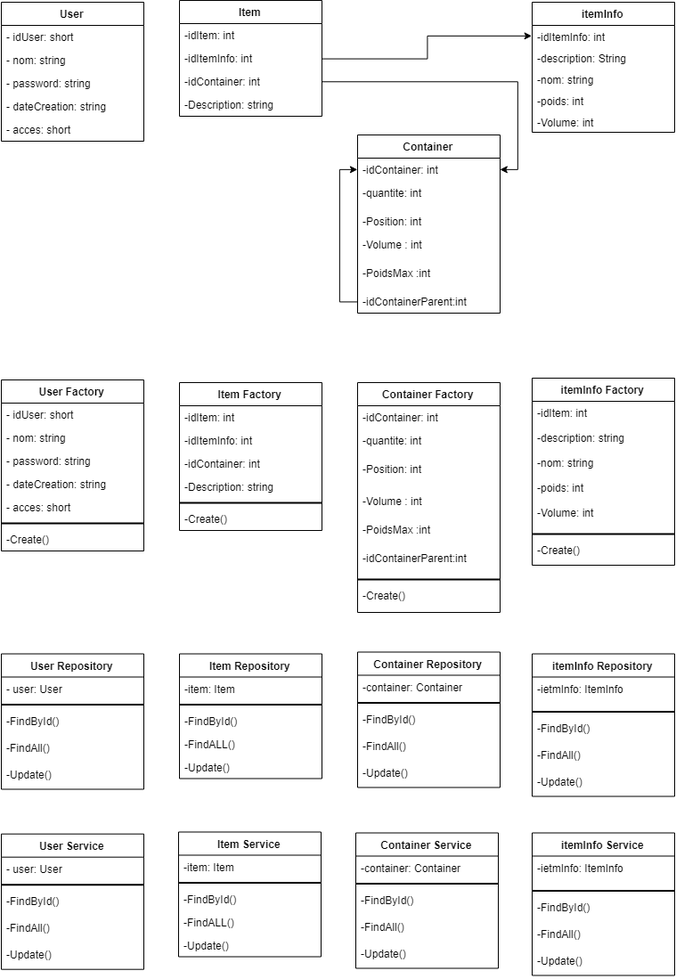
The draw.io diagram Document/Diagramme de classes.png in tritri301/BrainStorm, before a commit. Source tidied: cells renumbered, new cells last; positions are measured from the earlier drawing's top-left corner, leaving out a move shared by most shapes.
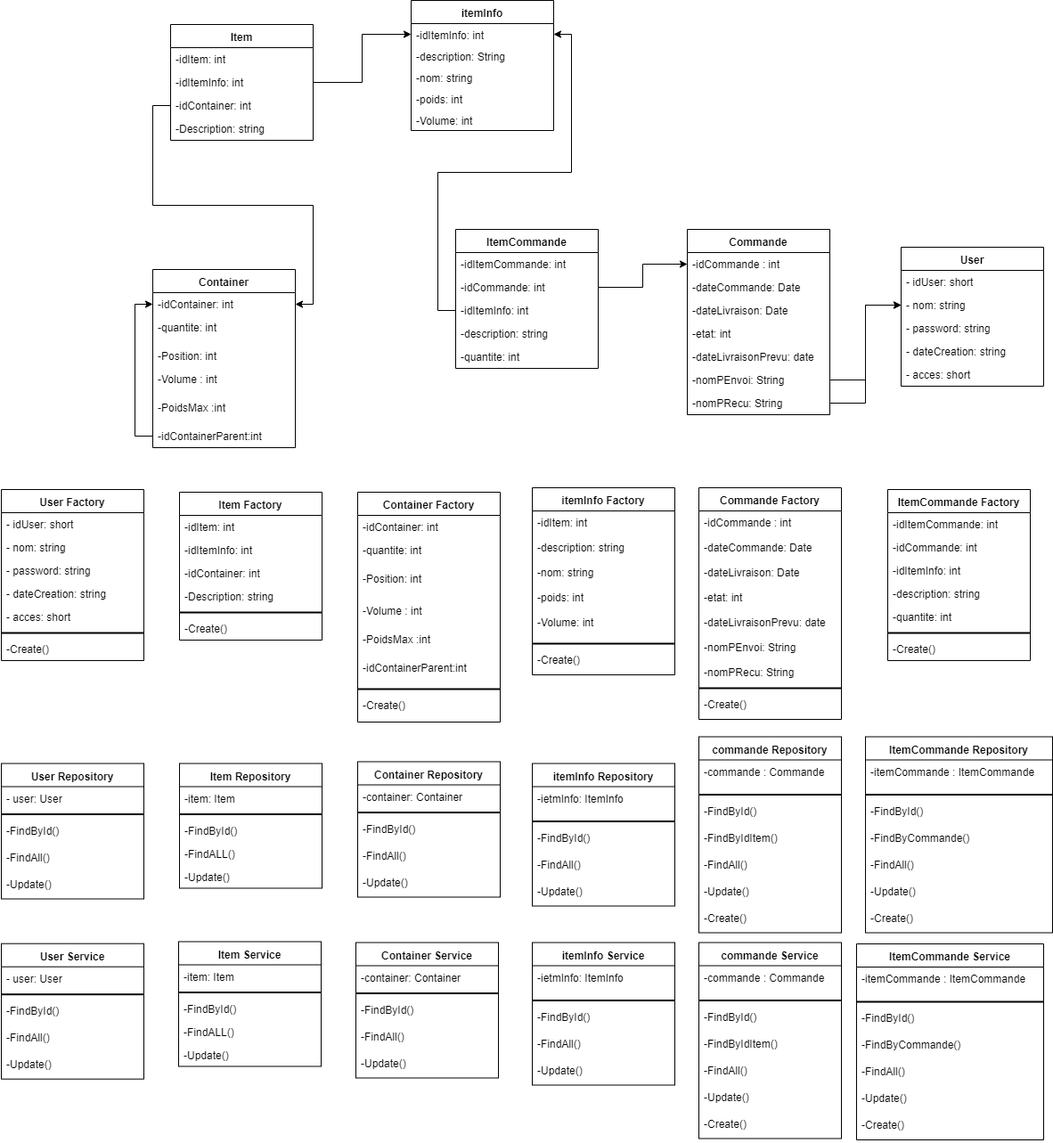
After the change.

Commit message:
Ajout de Document sur le module Commande

The edit, as a diff of the source:
```diff
@@ -3,7 +3,7 @@
     <mxCell id="0" />
     <mxCell id="1" parent="0" />
     <mxCell id="2" value="User&#10;" style="swimlane;fontStyle=1;align=center;verticalAlign=top;horizontal=1;startSize=26;" parent="1" vertex="1">
-      <mxGeometry y="2" width="160" height="156" as="geometry" />
+      <mxGeometry x="1010" y="154" width="160" height="156" as="geometry" />
     </mxCell>
     <mxCell id="3" value="- idUser: short&#10;" style="text;strokeColor=none;fillColor=none;align=left;verticalAlign=top;spacingLeft=4;spacingRight=4;overflow=hidden;" parent="2" vertex="1">
       <mxGeometry y="26" width="160" height="26" as="geometry" />
@@ -21,7 +21,7 @@
       <mxGeometry y="130" width="160" height="26" as="geometry" />
     </mxCell>
     <mxCell id="8" value="Item" style="swimlane;fontStyle=1;align=center;verticalAlign=top;horizontal=1;startSize=26;" parent="1" vertex="1">
-      <mxGeometry x="200" width="160" height="130" as="geometry" />
+      <mxGeometry x="190" y="-96" width="160" height="130" as="geometry" />
     </mxCell>
     <mxCell id="9" value="-idItem: int" style="text;strokeColor=none;fillColor=none;align=left;verticalAlign=top;spacingLeft=4;spacingRight=4;overflow=hidden;" parent="8" vertex="1">
       <mxGeometry y="26" width="160" height="26" as="geometry" />
@@ -36,7 +36,7 @@
       <mxGeometry y="104" width="160" height="26" as="geometry" />
     </mxCell>
     <mxCell id="13" value="Container" style="swimlane;fontStyle=1;align=center;verticalAlign=top;horizontal=1;startSize=26;" parent="1" vertex="1">
-      <mxGeometry x="400" y="151" width="160" height="200" as="geometry" />
+      <mxGeometry x="170" y="179" width="160" height="200" as="geometry" />
     </mxCell>
     <mxCell id="14" value="-idContainer: int" style="text;strokeColor=none;fillColor=none;align=left;verticalAlign=top;spacingLeft=4;spacingRight=4;overflow=hidden;points=[[0,0.5],[1,0.5]];portConstraint=eastwest;" parent="13" vertex="1">
       <mxGeometry y="26" width="160" height="26" as="geometry" />
@@ -60,7 +60,7 @@
       <mxGeometry y="174" width="160" height="26" as="geometry" />
     </mxCell>
     <mxCell id="21" value="itemInfo" style="swimlane;fontStyle=1;align=center;verticalAlign=top;horizontal=1;startSize=26;" parent="1" vertex="1">
-      <mxGeometry x="596" y="2" width="160" height="146" as="geometry" />
+      <mxGeometry x="460" y="-123" width="160" height="146" as="geometry" />
     </mxCell>
     <mxCell id="22" value="-idItemInfo: int&#10;" style="text;strokeColor=none;fillColor=none;align=left;verticalAlign=top;spacingLeft=4;spacingRight=4;overflow=hidden;points=[[0,0.5],[1,0.5]];portConstraint=eastwest;" parent="21" vertex="1">
       <mxGeometry y="26" width="160" height="24" as="geometry" />
@@ -311,5 +311,191 @@
     <mxCell id="104" style="edgeStyle=orthogonalEdgeStyle;rounded=0;jettySize=auto;html=1;entryX=1;entryY=0.5;entryDx=0;entryDy=0;" parent="1" edge="1" source="11" target="14">
       <mxGeometry relative="1" as="geometry" />
     </mxCell>
+    <mxCell id="105" value="commande Service" style="swimlane;fontStyle=1;align=center;verticalAlign=top;horizontal=1;startSize=26;" parent="1" vertex="1">
+      <mxGeometry x="783" y="934.5" width="160" height="220" as="geometry" />
+    </mxCell>
+    <mxCell id="106" value="-commande : Commande" style="text;strokeColor=none;fillColor=none;align=left;verticalAlign=top;spacingLeft=4;spacingRight=4;overflow=hidden;" parent="105" vertex="1">
+      <mxGeometry y="26" width="160" height="34" as="geometry" />
+    </mxCell>
+    <mxCell id="107" style="line;strokeWidth=2;html=1;" parent="105" vertex="1">
+      <mxGeometry y="60" width="160" height="10" as="geometry" />
+    </mxCell>
+    <mxCell id="108" value="-FindById()" style="text;strokeColor=none;fillColor=none;align=left;verticalAlign=top;spacingLeft=4;spacingRight=4;overflow=hidden;" parent="105" vertex="1">
+      <mxGeometry y="70" width="160" height="30" as="geometry" />
+    </mxCell>
+    <mxCell id="109" value="-FindByIdItem()" style="text;strokeColor=none;fillColor=none;align=left;verticalAlign=top;spacingLeft=4;spacingRight=4;overflow=hidden;" parent="105" vertex="1">
+      <mxGeometry y="100" width="160" height="30" as="geometry" />
+    </mxCell>
+    <mxCell id="110" value="-FindAll()" style="text;strokeColor=none;fillColor=none;align=left;verticalAlign=top;spacingLeft=4;spacingRight=4;overflow=hidden;" parent="105" vertex="1">
+      <mxGeometry y="130" width="160" height="30" as="geometry" />
+    </mxCell>
+    <mxCell id="111" value="-Update()" style="text;strokeColor=none;fillColor=none;align=left;verticalAlign=top;spacingLeft=4;spacingRight=4;overflow=hidden;" parent="105" vertex="1">
+      <mxGeometry y="160" width="160" height="30" as="geometry" />
+    </mxCell>
+    <mxCell id="112" value="-Create()" style="text;strokeColor=none;fillColor=none;align=left;verticalAlign=top;spacingLeft=4;spacingRight=4;overflow=hidden;" parent="105" vertex="1">
+      <mxGeometry y="190" width="160" height="30" as="geometry" />
+    </mxCell>
+    <mxCell id="113" value="ItemCommande Service" style="swimlane;fontStyle=1;align=center;verticalAlign=top;horizontal=1;startSize=26;" parent="1" vertex="1">
+      <mxGeometry x="960" y="936" width="210" height="220" as="geometry" />
+    </mxCell>
+    <mxCell id="114" value="-itemCommande : ItemCommande" style="text;strokeColor=none;fillColor=none;align=left;verticalAlign=top;spacingLeft=4;spacingRight=4;overflow=hidden;" parent="113" vertex="1">
+      <mxGeometry y="26" width="210" height="34" as="geometry" />
+    </mxCell>
+    <mxCell id="115" style="line;strokeWidth=2;html=1;" parent="113" vertex="1">
+      <mxGeometry y="60" width="210" height="10" as="geometry" />
+    </mxCell>
+    <mxCell id="116" value="-FindById()" style="text;strokeColor=none;fillColor=none;align=left;verticalAlign=top;spacingLeft=4;spacingRight=4;overflow=hidden;" parent="113" vertex="1">
+      <mxGeometry y="70" width="210" height="30" as="geometry" />
+    </mxCell>
+    <mxCell id="117" value="-FindByCommande()" style="text;strokeColor=none;fillColor=none;align=left;verticalAlign=top;spacingLeft=4;spacingRight=4;overflow=hidden;" parent="113" vertex="1">
+      <mxGeometry y="100" width="210" height="30" as="geometry" />
+    </mxCell>
+    <mxCell id="118" value="-FindAll()" style="text;strokeColor=none;fillColor=none;align=left;verticalAlign=top;spacingLeft=4;spacingRight=4;overflow=hidden;" parent="113" vertex="1">
+      <mxGeometry y="130" width="210" height="30" as="geometry" />
+    </mxCell>
+    <mxCell id="119" value="-Update()" style="text;strokeColor=none;fillColor=none;align=left;verticalAlign=top;spacingLeft=4;spacingRight=4;overflow=hidden;" parent="113" vertex="1">
+      <mxGeometry y="160" width="210" height="30" as="geometry" />
+    </mxCell>
+    <mxCell id="120" value="-Create()" style="text;strokeColor=none;fillColor=none;align=left;verticalAlign=top;spacingLeft=4;spacingRight=4;overflow=hidden;" parent="113" vertex="1">
+      <mxGeometry y="190" width="210" height="30" as="geometry" />
+    </mxCell>
+    <mxCell id="121" value="commande Repository" style="swimlane;fontStyle=1;align=center;verticalAlign=top;horizontal=1;startSize=26;" parent="1" vertex="1">
+      <mxGeometry x="783" y="703.5" width="160" height="220" as="geometry" />
+    </mxCell>
+    <mxCell id="122" value="-commande : Commande" style="text;strokeColor=none;fillColor=none;align=left;verticalAlign=top;spacingLeft=4;spacingRight=4;overflow=hidden;" parent="121" vertex="1">
+      <mxGeometry y="26" width="160" height="34" as="geometry" />
+    </mxCell>
+    <mxCell id="123" style="line;strokeWidth=2;html=1;" parent="121" vertex="1">
+      <mxGeometry y="60" width="160" height="10" as="geometry" />
+    </mxCell>
+    <mxCell id="124" value="-FindById()" style="text;strokeColor=none;fillColor=none;align=left;verticalAlign=top;spacingLeft=4;spacingRight=4;overflow=hidden;" parent="121" vertex="1">
+      <mxGeometry y="70" width="160" height="30" as="geometry" />
+    </mxCell>
+    <mxCell id="125" value="-FindByIdItem()" style="text;strokeColor=none;fillColor=none;align=left;verticalAlign=top;spacingLeft=4;spacingRight=4;overflow=hidden;" parent="121" vertex="1">
+      <mxGeometry y="100" width="160" height="30" as="geometry" />
+    </mxCell>
+    <mxCell id="126" value="-FindAll()" style="text;strokeColor=none;fillColor=none;align=left;verticalAlign=top;spacingLeft=4;spacingRight=4;overflow=hidden;" parent="121" vertex="1">
+      <mxGeometry y="130" width="160" height="30" as="geometry" />
+    </mxCell>
+    <mxCell id="127" value="-Update()" style="text;strokeColor=none;fillColor=none;align=left;verticalAlign=top;spacingLeft=4;spacingRight=4;overflow=hidden;" parent="121" vertex="1">
+      <mxGeometry y="160" width="160" height="30" as="geometry" />
+    </mxCell>
+    <mxCell id="128" value="-Create()" style="text;strokeColor=none;fillColor=none;align=left;verticalAlign=top;spacingLeft=4;spacingRight=4;overflow=hidden;" parent="121" vertex="1">
+      <mxGeometry y="190" width="160" height="30" as="geometry" />
+    </mxCell>
+    <mxCell id="129" value="ItemCommande Repository" style="swimlane;fontStyle=1;align=center;verticalAlign=top;horizontal=1;startSize=26;" parent="1" vertex="1">
+      <mxGeometry x="970" y="703.5" width="210" height="220" as="geometry" />
+    </mxCell>
+    <mxCell id="130" value="-itemCommande : ItemCommande" style="text;strokeColor=none;fillColor=none;align=left;verticalAlign=top;spacingLeft=4;spacingRight=4;overflow=hidden;" parent="129" vertex="1">
+      <mxGeometry y="26" width="210" height="34" as="geometry" />
+    </mxCell>
+    <mxCell id="131" style="line;strokeWidth=2;html=1;" parent="129" vertex="1">
+      <mxGeometry y="60" width="210" height="10" as="geometry" />
+    </mxCell>
+    <mxCell id="132" value="-FindById()" style="text;strokeColor=none;fillColor=none;align=left;verticalAlign=top;spacingLeft=4;spacingRight=4;overflow=hidden;" parent="129" vertex="1">
+      <mxGeometry y="70" width="210" height="30" as="geometry" />
+    </mxCell>
+    <mxCell id="133" value="-FindByCommande()" style="text;strokeColor=none;fillColor=none;align=left;verticalAlign=top;spacingLeft=4;spacingRight=4;overflow=hidden;" parent="129" vertex="1">
+      <mxGeometry y="100" width="210" height="30" as="geometry" />
+    </mxCell>
+    <mxCell id="134" value="-FindAll()" style="text;strokeColor=none;fillColor=none;align=left;verticalAlign=top;spacingLeft=4;spacingRight=4;overflow=hidden;" parent="129" vertex="1">
+      <mxGeometry y="130" width="210" height="30" as="geometry" />
+    </mxCell>
+    <mxCell id="135" value="-Update()" style="text;strokeColor=none;fillColor=none;align=left;verticalAlign=top;spacingLeft=4;spacingRight=4;overflow=hidden;" parent="129" vertex="1">
+      <mxGeometry y="160" width="210" height="30" as="geometry" />
+    </mxCell>
+    <mxCell id="136" value="-Create()" style="text;strokeColor=none;fillColor=none;align=left;verticalAlign=top;spacingLeft=4;spacingRight=4;overflow=hidden;" parent="129" vertex="1">
+      <mxGeometry y="190" width="210" height="30" as="geometry" />
+    </mxCell>
+    <mxCell id="137" value="Commande Factory" style="swimlane;fontStyle=1;align=center;verticalAlign=top;horizontal=1;startSize=26;" parent="1" vertex="1">
+      <mxGeometry x="783" y="424" width="160" height="260" as="geometry" />
+    </mxCell>
+    <mxCell id="138" value="-idCommande : int&#10;&#10;-dateCommande: Date&#10;&#10;-dateLivraison: Date&#10;&#10;-etat: int&#10;&#10;-dateLivraisonPrevu: date&#10;&#10;-nomPEnvoi: String&#10;&#10;-nomPRecu: String&#10;&#10;" style="text;strokeColor=none;fillColor=none;align=left;verticalAlign=top;spacingLeft=4;spacingRight=4;overflow=hidden;" parent="137" vertex="1">
+      <mxGeometry y="26" width="160" height="194" as="geometry" />
+    </mxCell>
+    <mxCell id="139" style="line;strokeWidth=2;html=1;" parent="137" vertex="1">
+      <mxGeometry y="220" width="160" height="10" as="geometry" />
+    </mxCell>
+    <mxCell id="140" value="-Create()" style="text;strokeColor=none;fillColor=none;align=left;verticalAlign=top;spacingLeft=4;spacingRight=4;overflow=hidden;" parent="137" vertex="1">
+      <mxGeometry y="230" width="160" height="30" as="geometry" />
+    </mxCell>
+    <mxCell id="141" value="ItemCommande Factory" style="swimlane;fontStyle=1;align=center;verticalAlign=top;horizontal=1;startSize=26;" parent="1" vertex="1">
+      <mxGeometry x="995" y="426" width="160" height="192" as="geometry" />
+    </mxCell>
+    <mxCell id="142" value="-idItemCommande: int" style="text;strokeColor=none;fillColor=none;align=left;verticalAlign=top;spacingLeft=4;spacingRight=4;overflow=hidden;" parent="141" vertex="1">
+      <mxGeometry y="26" width="160" height="26" as="geometry" />
+    </mxCell>
+    <mxCell id="143" value="-idCommande: int" style="text;strokeColor=none;fillColor=none;align=left;verticalAlign=top;spacingLeft=4;spacingRight=4;overflow=hidden;" parent="141" vertex="1">
+      <mxGeometry y="52" width="160" height="26" as="geometry" />
+    </mxCell>
+    <mxCell id="144" value="-idItemInfo: int" style="text;strokeColor=none;fillColor=none;align=left;verticalAlign=top;spacingLeft=4;spacingRight=4;overflow=hidden;" parent="141" vertex="1">
+      <mxGeometry y="78" width="160" height="26" as="geometry" />
+    </mxCell>
+    <mxCell id="145" value="-description: string" style="text;strokeColor=none;fillColor=none;align=left;verticalAlign=top;spacingLeft=4;spacingRight=4;overflow=hidden;" parent="141" vertex="1">
+      <mxGeometry y="104" width="160" height="26" as="geometry" />
+    </mxCell>
+    <mxCell id="146" value="-quantite: int" style="text;strokeColor=none;fillColor=none;align=left;verticalAlign=top;spacingLeft=4;spacingRight=4;overflow=hidden;" parent="141" vertex="1">
+      <mxGeometry y="130" width="160" height="26" as="geometry" />
+    </mxCell>
+    <mxCell id="147" style="line;strokeWidth=2;html=1;" parent="141" vertex="1">
+      <mxGeometry y="156" width="160" height="10" as="geometry" />
+    </mxCell>
+    <mxCell id="148" value="-Create()" style="text;strokeColor=none;fillColor=none;align=left;verticalAlign=top;spacingLeft=4;spacingRight=4;overflow=hidden;" parent="141" vertex="1">
+      <mxGeometry y="166" width="160" height="26" as="geometry" />
+    </mxCell>
+    <mxCell id="149" value="ItemCommande" style="swimlane;fontStyle=1;align=center;verticalAlign=top;horizontal=1;startSize=26;" parent="1" vertex="1">
+      <mxGeometry x="510" y="134" width="160" height="156" as="geometry" />
+    </mxCell>
+    <mxCell id="150" value="-idItemCommande: int" style="text;strokeColor=none;fillColor=none;align=left;verticalAlign=top;spacingLeft=4;spacingRight=4;overflow=hidden;" parent="149" vertex="1">
+      <mxGeometry y="26" width="160" height="26" as="geometry" />
+    </mxCell>
+    <mxCell id="151" value="-idCommande: int" style="text;strokeColor=none;fillColor=none;align=left;verticalAlign=top;spacingLeft=4;spacingRight=4;overflow=hidden;points=[[0,0.5],[1,0.5]];portConstraint=eastwest;" parent="149" vertex="1">
+      <mxGeometry y="52" width="160" height="26" as="geometry" />
+    </mxCell>
+    <mxCell id="152" value="-idItemInfo: int" style="text;strokeColor=none;fillColor=none;align=left;verticalAlign=top;spacingLeft=4;spacingRight=4;overflow=hidden;points=[[0,0.5],[1,0.5]];portConstraint=eastwest;" parent="149" vertex="1">
+      <mxGeometry y="78" width="160" height="26" as="geometry" />
+    </mxCell>
+    <mxCell id="153" value="-description: string" style="text;strokeColor=none;fillColor=none;align=left;verticalAlign=top;spacingLeft=4;spacingRight=4;overflow=hidden;" parent="149" vertex="1">
+      <mxGeometry y="104" width="160" height="26" as="geometry" />
+    </mxCell>
+    <mxCell id="154" value="-quantite: int" style="text;strokeColor=none;fillColor=none;align=left;verticalAlign=top;spacingLeft=4;spacingRight=4;overflow=hidden;" parent="149" vertex="1">
+      <mxGeometry y="130" width="160" height="26" as="geometry" />
+    </mxCell>
+    <mxCell id="155" value="Commande" style="swimlane;fontStyle=1;align=center;verticalAlign=top;horizontal=1;startSize=26;" parent="1" vertex="1">
+      <mxGeometry x="770" y="134" width="160" height="208" as="geometry" />
+    </mxCell>
+    <mxCell id="156" value="-idCommande : int&#10;" style="text;strokeColor=none;fillColor=none;align=left;verticalAlign=top;spacingLeft=4;spacingRight=4;overflow=hidden;points=[[0,0.5],[1,0.5]];portConstraint=eastwest;" parent="155" vertex="1">
+      <mxGeometry y="26" width="160" height="26" as="geometry" />
+    </mxCell>
+    <mxCell id="157" value="-dateCommande: Date" style="text;strokeColor=none;fillColor=none;align=left;verticalAlign=top;spacingLeft=4;spacingRight=4;overflow=hidden;" parent="155" vertex="1">
+      <mxGeometry y="52" width="160" height="26" as="geometry" />
+    </mxCell>
+    <mxCell id="158" value="-dateLivraison: Date" style="text;strokeColor=none;fillColor=none;align=left;verticalAlign=top;spacingLeft=4;spacingRight=4;overflow=hidden;" parent="155" vertex="1">
+      <mxGeometry y="78" width="160" height="26" as="geometry" />
+    </mxCell>
+    <mxCell id="159" value="-etat: int" style="text;strokeColor=none;fillColor=none;align=left;verticalAlign=top;spacingLeft=4;spacingRight=4;overflow=hidden;" parent="155" vertex="1">
+      <mxGeometry y="104" width="160" height="26" as="geometry" />
+    </mxCell>
+    <mxCell id="160" value="-dateLivraisonPrevu: date" style="text;strokeColor=none;fillColor=none;align=left;verticalAlign=top;spacingLeft=4;spacingRight=4;overflow=hidden;" parent="155" vertex="1">
+      <mxGeometry y="130" width="160" height="26" as="geometry" />
+    </mxCell>
+    <mxCell id="161" value="-nomPEnvoi: String" style="text;strokeColor=none;fillColor=none;align=left;verticalAlign=top;spacingLeft=4;spacingRight=4;overflow=hidden;points=[[0,0.5],[1,0.5]];portConstraint=eastwest;" parent="155" vertex="1">
+      <mxGeometry y="156" width="160" height="26" as="geometry" />
+    </mxCell>
+    <mxCell id="162" value="-nomPRecu: String" style="text;strokeColor=none;fillColor=none;align=left;verticalAlign=top;spacingLeft=4;spacingRight=4;overflow=hidden;points=[[0,0.5],[1,0.5]];portConstraint=eastwest;" parent="155" vertex="1">
+      <mxGeometry y="182" width="160" height="26" as="geometry" />
+    </mxCell>
+    <mxCell id="163" style="edgeStyle=orthogonalEdgeStyle;rounded=0;jettySize=auto;html=1;" parent="1" edge="1" source="151" target="156">
+      <mxGeometry relative="1" as="geometry" />
+    </mxCell>
+    <mxCell id="164" style="edgeStyle=orthogonalEdgeStyle;rounded=0;jettySize=auto;html=1;" parent="1" edge="1" source="152" target="22">
+      <mxGeometry relative="1" as="geometry" />
+    </mxCell>
+    <mxCell id="165" style="edgeStyle=orthogonalEdgeStyle;rounded=0;jettySize=auto;html=1;" parent="1" edge="1" source="161" target="4">
+      <mxGeometry relative="1" as="geometry" />
+    </mxCell>
+    <mxCell id="166" style="edgeStyle=orthogonalEdgeStyle;rounded=0;jettySize=auto;html=1;" parent="1" edge="1" source="162" target="4">
+      <mxGeometry relative="1" as="geometry" />
+    </mxCell>
   </root>
 </mxGraphModel>
```
